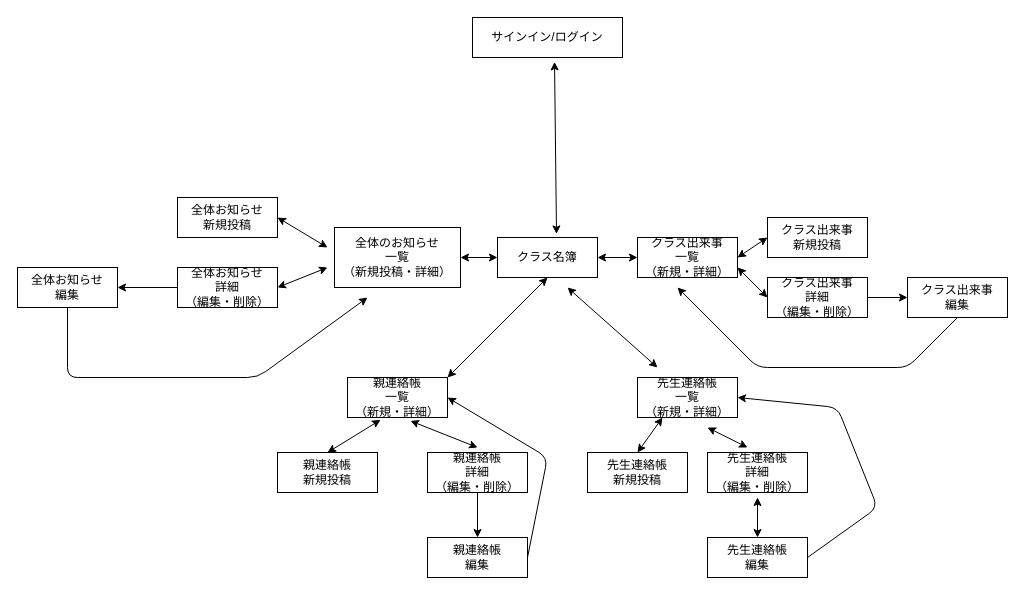
Before: page "ページ2" (2 of 2) of app/contact.dio in JukiyaKikuchi/contact, a draw.io diagram. Source tidied: cells renumbered, new cells numbered last; positions are measured from the earlier drawing's top-left corner, leaving out a move shared by most shapes. Both pictures are drawn from the tidied source at 100%, with x=0, y=0 at pixel (17, 17).
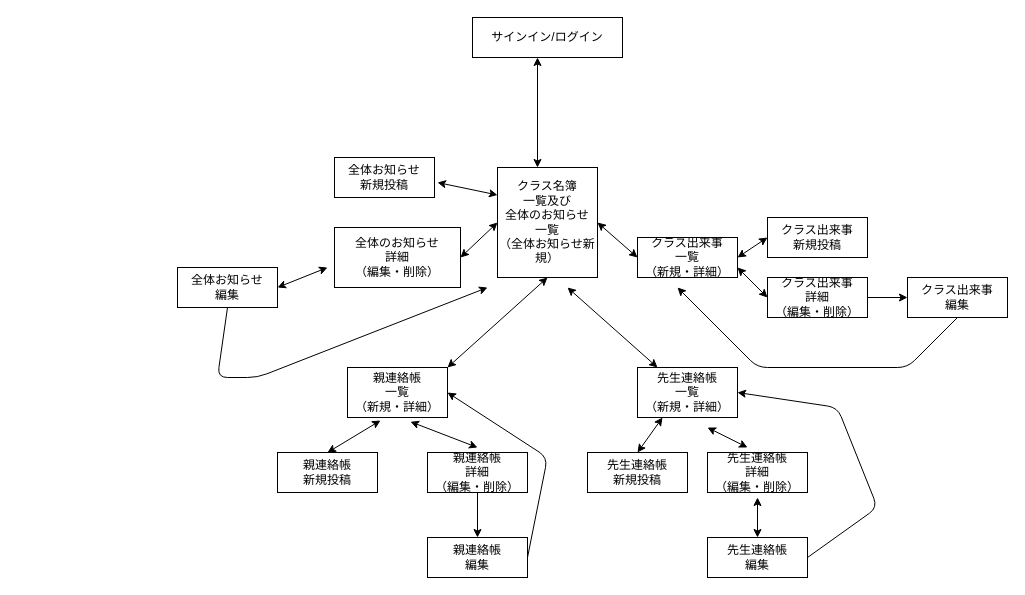
After the change.

The change refers to these unchanged cells:
```xml
<mxCell id="4" value="サインイン/ログイン" style="whiteSpace=wrap;html=1;align=center;" parent="1" vertex="1">
  <mxGeometry x="455" width="150" height="40" as="geometry" />
</mxCell>
```

Diff of the diagram source:
```diff
@@
-    <mxCell id="2" value="クラス名簿" style="whiteSpace=wrap;html=1;align=center;" parent="1" vertex="1">
-      <mxGeometry x="480" y="220" width="100" height="40" as="geometry" />
+    <mxCell id="2" value="クラス名簿&lt;br&gt;一覧及び&lt;br&gt;全体のお知らせ&lt;br&gt;一覧&lt;br&gt;（全体お知らせ新規）" style="whiteSpace=wrap;html=1;align=center;" parent="1" vertex="1">
+      <mxGeometry x="480" y="150" width="100" height="110" as="geometry" />
     </mxCell>
-    <mxCell id="3" value="全体のお知らせ&lt;br&gt;一覧&lt;br&gt;（新規投稿・詳細）" style="whiteSpace=wrap;html=1;align=center;" parent="1" vertex="1">
+    <mxCell id="3" value="全体のお知らせ&lt;br&gt;詳細&lt;br&gt;（編集・削除）" style="whiteSpace=wrap;html=1;align=center;" parent="1" vertex="1">
       <mxGeometry x="317" y="210" width="126" height="60" as="geometry" />
     </mxCell>
@@
     <mxCell id="5" value="親連絡帳&lt;br&gt;一覧&lt;br&gt;（新規・詳細）" style="whiteSpace=wrap;html=1;align=center;" parent="1" vertex="1">
-      <mxGeometry x="330" y="360" width="100" height="40" as="geometry" />
+      <mxGeometry x="330" y="350" width="100" height="50" as="geometry" />
     </mxCell>
     <mxCell id="6" value="先生連絡帳&lt;br&gt;一覧&lt;br&gt;（新規・詳細）" style="whiteSpace=wrap;html=1;align=center;" parent="1" vertex="1">
-      <mxGeometry x="620" y="360" width="100" height="40" as="geometry" />
+      <mxGeometry x="620" y="350" width="100" height="50" as="geometry" />
     </mxCell>
@@
     <mxCell id="11" value="全体お知らせ&lt;br&gt;新規投稿" style="whiteSpace=wrap;html=1;align=center;" parent="1" vertex="1">
-      <mxGeometry x="160" y="180" width="100" height="40" as="geometry" />
+      <mxGeometry x="317" y="140" width="100" height="40" as="geometry" />
     </mxCell>
-    <mxCell id="12" value="全体お知らせ&lt;br&gt;詳細&lt;br&gt;（編集・削除）" style="whiteSpace=wrap;html=1;align=center;" parent="1" vertex="1">
-      <mxGeometry x="160" y="250" width="100" height="40" as="geometry" />
-    </mxCell>
     <mxCell id="13" value="全体お知らせ&lt;br&gt;編集" style="whiteSpace=wrap;html=1;align=center;" parent="1" vertex="1">
-      <mxGeometry y="250" width="100" height="40" as="geometry" />
+      <mxGeometry x="160" y="250" width="100" height="40" as="geometry" />
     </mxCell>
@@
-    <mxCell id="20" style="endArrow=classic;startArrow=classic;html=1;entryX=0.547;entryY=1.11;entryDx=0;entryDy=0;entryPerimeter=0;exitX=0.59;exitY=-0.09;exitDx=0;exitDy=0;exitPerimeter=0;" parent="1" edge="1" source="2" target="4">
-      <mxGeometry relative="1" as="geometry" />
-    </mxCell>
@@
-    <mxCell id="22" style="endArrow=classic;startArrow=classic;html=1;exitX=1;exitY=0.5;exitDx=0;exitDy=0;" parent="1" edge="1" source="11">
-      <mxGeometry relative="1" as="geometry">
-        <mxPoint x="310" y="230" as="targetPoint" />
-      </mxGeometry>
-    </mxCell>
-    <mxCell id="23" style="endArrow=classic;startArrow=classic;html=1;exitX=1;exitY=0.5;exitDx=0;exitDy=0;" parent="1" edge="1" source="12">
+    <mxCell id="23" style="endArrow=classic;startArrow=classic;html=1;exitX=1;exitY=0.5;exitDx=0;exitDy=0;" parent="1" edge="1">
       <mxGeometry relative="1" as="geometry">
+        <mxPoint x="260" y="270" as="sourcePoint" />
         <mxPoint x="310" y="250" as="targetPoint" />
       </mxGeometry>
     </mxCell>
-    <mxCell id="24" style="endArrow=classic;html=1;exitX=0;exitY=0.5;exitDx=0;exitDy=0;entryX=1;entryY=0.5;entryDx=0;entryDy=0;" parent="1" edge="1" source="12" target="13">
-      <mxGeometry relative="1" as="geometry" />
-    </mxCell>
@@
     <mxCell id="32" style="endArrow=classic;html=1;exitX=0.5;exitY=1;exitDx=0;exitDy=0;" parent="1" edge="1" source="13">
       <mxGeometry relative="1" as="geometry">
-        <mxPoint x="350" y="280" as="targetPoint" />
+        <mxPoint x="470" y="270" as="targetPoint" />
         <Array as="points">
-          <mxPoint x="50" y="360" />
+          <mxPoint x="200" y="360" />
           <mxPoint x="240" y="360" />
         </Array>
       </mxGeometry>
     </mxCell>
@@
+    <mxCell id="41" style="endArrow=classic;startArrow=classic;html=1;" parent="1" edge="1">
+      <mxGeometry relative="1" as="geometry">
+        <mxPoint x="520" y="150" as="sourcePoint" />
+        <mxPoint x="520" y="40" as="targetPoint" />
+      </mxGeometry>
+    </mxCell>
+    <mxCell id="42" style="endArrow=classic;startArrow=classic;html=1;exitX=0;exitY=0.25;exitDx=0;exitDy=0;" parent="1" edge="1" source="2">
+      <mxGeometry relative="1" as="geometry">
+        <mxPoint x="420" y="165" as="targetPoint" />
+      </mxGeometry>
+    </mxCell>
```
